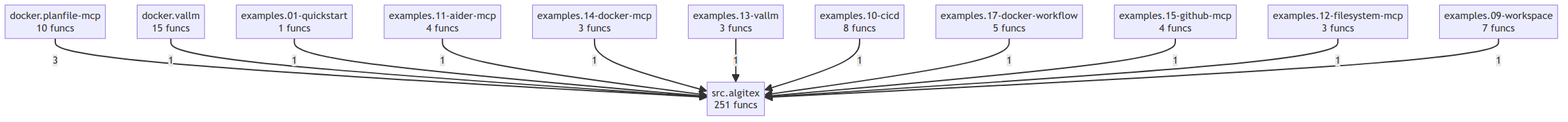
This is project/compact_flow.png from semcod/algitex, a Mermaid export, as it was before one commit. Its source is kept beside it as project/compact_flow.mmd.
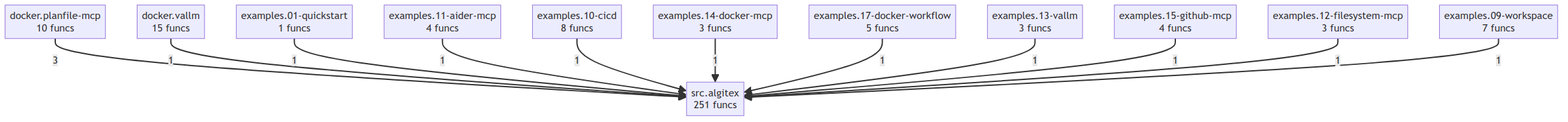
After the commit.

The edit, as a diff of the source:
```diff
@@ -15,10 +15,10 @@
     docker__vallm -->|1| src__algitex
     examples__01_quickstart -->|1| src__algitex
     examples__11_aider_mcp -->|1| src__algitex
+    examples__10_cicd -->|1| src__algitex
     examples__14_docker_mcp -->|1| src__algitex
+    examples__17_docker_workflow -->|1| src__algitex
     examples__13_vallm -->|1| src__algitex
-    examples__10_cicd -->|1| src__algitex
-    examples__17_docker_workflow -->|1| src__algitex
     examples__15_github_mcp -->|1| src__algitex
     examples__12_filesystem_mcp -->|1| src__algitex
     examples__09_workspace -->|1| src__algitex
```
